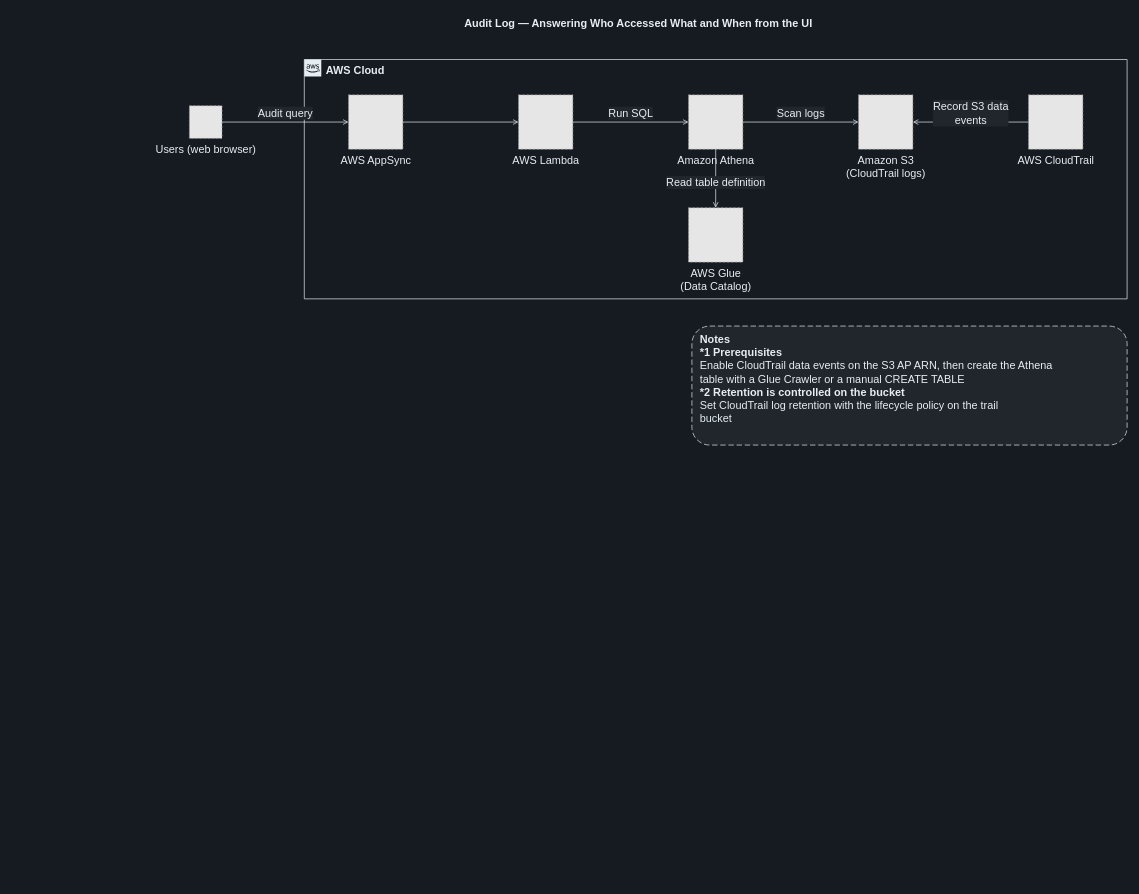
The draw.io diagram docs/diagrams/dark/part2-audit-log-pipeline-en.drawio in Yoshiki0705/FSx-for-ONTAP-S3AccessPoints-Serverless-Patterns, before the edit. Source tidied: cells renumbered, new cells numbered last; positions are measured from the earlier drawing's top-left corner, leaving out a move shared by most shapes. Both pictures are drawn from the tidied source at 68%, with x=0, y=0 at pixel (148, 12). Pictures stored in the file or linked from it are replaced by grey dashed boxes.
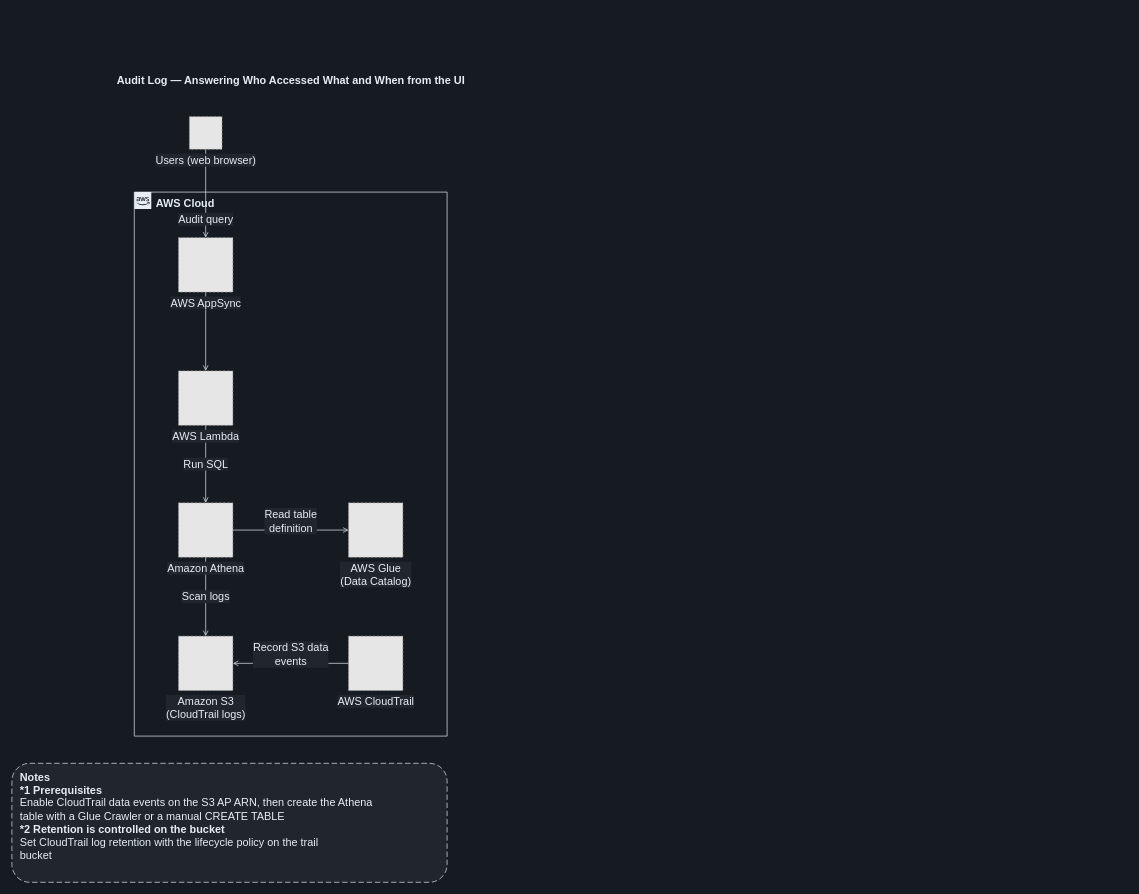
Above is the later version.

What changed in the source:
```diff
@@
     <mxCell id="2" value="Audit Log — Answering Who Accessed What and When from the UI" style="text;html=1;align=center;verticalAlign=middle;fontSize=16;fontStyle=1;fontColor=#E6EDF3;" parent="1" vertex="1">
-      <mxGeometry width="1439" height="34" as="geometry" />
+      <mxGeometry x="-21" y="84" width="460" height="34" as="geometry" />
     </mxCell>
     <mxCell id="3" value="AWS Cloud" style="gradientColor=none;html=1;whiteSpace=wrap;fontSize=16;fontStyle=1;shape=mxgraph.aws4.group;grIcon=mxgraph.aws4.group_aws_cloud_alt;strokeColor=#E6EDF3;fillColor=none;verticalAlign=top;align=left;spacingLeft=30;fontColor=#E6EDF3;dashed=0;" parent="1" vertex="1">
-      <mxGeometry x="229" y="70" width="1210" height="352" as="geometry" />
+      <mxGeometry x="-21" y="265" width="460" height="800" as="geometry" />
     </mxCell>
+    <mxCell id="11" value="Audit query" style="edgeStyle=orthogonalEdgeStyle;rounded=0;jettySize=auto;html=1;endArrow=open;endFill=0;strokeColor=#E6EDF3;strokeWidth=1;fontSize=16;fontColor=#E6EDF3;labelBackgroundColor=#21262D;" parent="1" edge="1" source="4" target="5">
+      <mxGeometry relative="1" as="geometry">
+        <mxPoint y="38" as="offset" />
+      </mxGeometry>
+    </mxCell>
+    <mxCell id="12" style="edgeStyle=orthogonalEdgeStyle;rounded=0;jettySize=auto;html=1;endArrow=open;endFill=0;strokeColor=#E6EDF3;strokeWidth=1;fontSize=16;fontColor=#E6EDF3;labelBackgroundColor=#21262D;" parent="1" edge="1" source="5" target="6">
+      <mxGeometry relative="1" as="geometry" />
+    </mxCell>
+    <mxCell id="13" value="Run SQL" style="edgeStyle=orthogonalEdgeStyle;rounded=0;jettySize=auto;html=1;endArrow=open;endFill=0;strokeColor=#E6EDF3;strokeWidth=1;fontSize=16;fontColor=#E6EDF3;labelBackgroundColor=#21262D;" parent="1" edge="1" source="6" target="7">
+      <mxGeometry relative="1" as="geometry" />
+    </mxCell>
+    <mxCell id="14" value="Read table&lt;br&gt;definition" style="edgeStyle=orthogonalEdgeStyle;rounded=0;jettySize=auto;html=1;endArrow=open;endFill=0;strokeColor=#E6EDF3;strokeWidth=1;fontSize=16;fontColor=#E6EDF3;labelBackgroundColor=#21262D;" parent="1" edge="1" source="7" target="8">
+      <mxGeometry relative="1" as="geometry">
+        <mxPoint y="-13" as="offset" />
+      </mxGeometry>
+    </mxCell>
+    <mxCell id="15" value="Scan logs" style="edgeStyle=orthogonalEdgeStyle;rounded=0;jettySize=auto;html=1;endArrow=open;endFill=0;strokeColor=#E6EDF3;strokeWidth=1;fontSize=16;fontColor=#E6EDF3;labelBackgroundColor=#21262D;" parent="1" edge="1" source="7" target="9">
+      <mxGeometry relative="1" as="geometry" />
+    </mxCell>
+    <mxCell id="16" value="Record S3 data&lt;br&gt;events" style="edgeStyle=orthogonalEdgeStyle;rounded=0;jettySize=auto;html=1;endArrow=open;endFill=0;strokeColor=#E6EDF3;strokeWidth=1;fontSize=16;fontColor=#E6EDF3;labelBackgroundColor=#21262D;" parent="1" edge="1" source="10" target="9">
+      <mxGeometry relative="1" as="geometry">
+        <mxPoint y="-13" as="offset" />
+      </mxGeometry>
+    </mxCell>
-    <mxCell id="4" value="Users (web browser)" style="fillColor=#E6E6E6;strokeColor=#999999;dashed=1;html=1;verticalLabelPosition=bottom;verticalAlign=top;labelPosition=center;align=center;fontSize=16;fontColor=#E6EDF3;" parent="1" vertex="1">
-      <mxGeometry x="60" y="138" width="48" height="48" as="geometry" />
+    <mxCell id="4" value="Users (web browser)" style="fillColor=#E6E6E6;strokeColor=#999999;dashed=1;html=1;verticalLabelPosition=bottom;verticalAlign=top;labelPosition=center;align=center;fontSize=16;fontColor=#E6EDF3;labelBackgroundColor=#21262D;" parent="1" vertex="1">
+      <mxGeometry x="60" y="154" width="48" height="48" as="geometry" />
     </mxCell>
-    <mxCell id="5" value="AWS AppSync" style="fillColor=#E6E6E6;strokeColor=#999999;dashed=1;html=1;verticalLabelPosition=bottom;verticalAlign=top;labelPosition=center;align=center;fontSize=16;fontColor=#E6EDF3;" parent="1" vertex="1">
-      <mxGeometry x="294" y="122" width="80" height="80" as="geometry" />
+    <mxCell id="5" value="AWS AppSync" style="fillColor=#E6E6E6;strokeColor=#999999;dashed=1;html=1;verticalLabelPosition=bottom;verticalAlign=top;labelPosition=center;align=center;fontSize=16;fontColor=#E6EDF3;labelBackgroundColor=#21262D;" parent="1" vertex="1">
+      <mxGeometry x="44" y="332" width="80" height="80" as="geometry" />
     </mxCell>
-    <mxCell id="6" value="AWS Lambda" style="fillColor=#E6E6E6;strokeColor=#999999;dashed=1;html=1;verticalLabelPosition=bottom;verticalAlign=top;labelPosition=center;align=center;fontSize=16;fontColor=#E6EDF3;" parent="1" vertex="1">
-      <mxGeometry x="544" y="122" width="80" height="80" as="geometry" />
+    <mxCell id="6" value="AWS Lambda" style="fillColor=#E6E6E6;strokeColor=#999999;dashed=1;html=1;verticalLabelPosition=bottom;verticalAlign=top;labelPosition=center;align=center;fontSize=16;fontColor=#E6EDF3;labelBackgroundColor=#21262D;" parent="1" vertex="1">
+      <mxGeometry x="44" y="528" width="80" height="80" as="geometry" />
     </mxCell>
-    <mxCell id="7" value="Amazon Athena" style="fillColor=#E6E6E6;strokeColor=#999999;dashed=1;html=1;verticalLabelPosition=bottom;verticalAlign=top;labelPosition=center;align=center;fontSize=16;fontColor=#E6EDF3;" parent="1" vertex="1">
-      <mxGeometry x="794" y="122" width="80" height="80" as="geometry" />
+    <mxCell id="7" value="Amazon Athena" style="fillColor=#E6E6E6;strokeColor=#999999;dashed=1;html=1;verticalLabelPosition=bottom;verticalAlign=top;labelPosition=center;align=center;fontSize=16;fontColor=#E6EDF3;labelBackgroundColor=#21262D;" parent="1" vertex="1">
+      <mxGeometry x="44" y="722" width="80" height="80" as="geometry" />
     </mxCell>
-    <mxCell id="8" value="AWS Glue&lt;br&gt;(Data Catalog)" style="fillColor=#E6E6E6;strokeColor=#999999;dashed=1;html=1;verticalLabelPosition=bottom;verticalAlign=top;labelPosition=center;align=center;fontSize=16;fontColor=#E6EDF3;" parent="1" vertex="1">
-      <mxGeometry x="794" y="288" width="80" height="80" as="geometry" />
+    <mxCell id="8" value="AWS Glue&lt;br&gt;(Data Catalog)" style="fillColor=#E6E6E6;strokeColor=#999999;dashed=1;html=1;verticalLabelPosition=bottom;verticalAlign=top;labelPosition=center;align=center;fontSize=16;fontColor=#E6EDF3;labelBackgroundColor=#21262D;" parent="1" vertex="1">
+      <mxGeometry x="294" y="722" width="80" height="80" as="geometry" />
     </mxCell>
-    <mxCell id="9" value="Amazon S3&lt;br&gt;(CloudTrail logs)" style="fillColor=#E6E6E6;strokeColor=#999999;dashed=1;html=1;verticalLabelPosition=bottom;verticalAlign=top;labelPosition=center;align=center;fontSize=16;fontColor=#E6EDF3;" parent="1" vertex="1">
-      <mxGeometry x="1044" y="122" width="80" height="80" as="geometry" />
+    <mxCell id="9" value="Amazon S3&lt;br&gt;(CloudTrail logs)" style="fillColor=#E6E6E6;strokeColor=#999999;dashed=1;html=1;verticalLabelPosition=bottom;verticalAlign=top;labelPosition=center;align=center;fontSize=16;fontColor=#E6EDF3;labelBackgroundColor=#21262D;" parent="1" vertex="1">
+      <mxGeometry x="44" y="918" width="80" height="80" as="geometry" />
     </mxCell>
-    <mxCell id="10" value="AWS CloudTrail" style="fillColor=#E6E6E6;strokeColor=#999999;dashed=1;html=1;verticalLabelPosition=bottom;verticalAlign=top;labelPosition=center;align=center;fontSize=16;fontColor=#E6EDF3;" parent="1" vertex="1">
-      <mxGeometry x="1294" y="122" width="80" height="80" as="geometry" />
+    <mxCell id="10" value="AWS CloudTrail" style="fillColor=#E6E6E6;strokeColor=#999999;dashed=1;html=1;verticalLabelPosition=bottom;verticalAlign=top;labelPosition=center;align=center;fontSize=16;fontColor=#E6EDF3;labelBackgroundColor=#21262D;" parent="1" vertex="1">
+      <mxGeometry x="294" y="918" width="80" height="80" as="geometry" />
     </mxCell>
-    <mxCell id="11" value="Audit query" style="edgeStyle=orthogonalEdgeStyle;rounded=0;jettySize=auto;html=1;endArrow=open;endFill=0;strokeColor=#E6EDF3;strokeWidth=1;fontSize=16;fontColor=#E6EDF3;labelBackgroundColor=#21262D;" parent="1" edge="1" source="4" target="5">
-      <mxGeometry relative="1" as="geometry">
-        <mxPoint y="-13" as="offset" />
-      </mxGeometry>
-    </mxCell>
-    <mxCell id="12" style="edgeStyle=orthogonalEdgeStyle;rounded=0;jettySize=auto;html=1;endArrow=open;endFill=0;strokeColor=#E6EDF3;strokeWidth=1;fontSize=16;fontColor=#E6EDF3;labelBackgroundColor=#21262D;" parent="1" edge="1" source="5" target="6">
-      <mxGeometry relative="1" as="geometry" />
-    </mxCell>
-    <mxCell id="13" value="Run SQL" style="edgeStyle=orthogonalEdgeStyle;rounded=0;jettySize=auto;html=1;endArrow=open;endFill=0;strokeColor=#E6EDF3;strokeWidth=1;fontSize=16;fontColor=#E6EDF3;labelBackgroundColor=#21262D;" parent="1" edge="1" source="6" target="7">
-      <mxGeometry relative="1" as="geometry">
-        <mxPoint y="-13" as="offset" />
-      </mxGeometry>
-    </mxCell>
-    <mxCell id="14" value="Read table definition" style="edgeStyle=orthogonalEdgeStyle;rounded=0;jettySize=auto;html=1;endArrow=open;endFill=0;strokeColor=#E6EDF3;strokeWidth=1;fontSize=16;fontColor=#E6EDF3;labelBackgroundColor=#21262D;" parent="1" edge="1" source="7" target="8">
-      <mxGeometry relative="1" as="geometry">
-        <mxPoint y="6" as="offset" />
-      </mxGeometry>
-    </mxCell>
-    <mxCell id="15" value="Scan logs" style="edgeStyle=orthogonalEdgeStyle;rounded=0;jettySize=auto;html=1;endArrow=open;endFill=0;strokeColor=#E6EDF3;strokeWidth=1;fontSize=16;fontColor=#E6EDF3;labelBackgroundColor=#21262D;" parent="1" edge="1" source="7" target="9">
-      <mxGeometry relative="1" as="geometry">
-        <mxPoint y="-13" as="offset" />
-      </mxGeometry>
-    </mxCell>
-    <mxCell id="16" value="Record S3 data&lt;br&gt;events" style="edgeStyle=orthogonalEdgeStyle;rounded=0;jettySize=auto;html=1;endArrow=open;endFill=0;strokeColor=#E6EDF3;strokeWidth=1;fontSize=16;fontColor=#E6EDF3;labelBackgroundColor=#21262D;" parent="1" edge="1" source="10" target="9">
-      <mxGeometry relative="1" as="geometry">
-        <mxPoint y="-13" as="offset" />
-      </mxGeometry>
-    </mxCell>
     <mxCell id="17" value="&lt;b&gt;Notes&lt;/b&gt;&lt;br&gt;&lt;b&gt;*1 Prerequisites&lt;/b&gt;&lt;br&gt;Enable CloudTrail data events on the S3 AP ARN, then create the Athena&lt;br&gt;table with a Glue Crawler or a manual CREATE TABLE&lt;br&gt;&lt;b&gt;*2 Retention is controlled on the bucket&lt;/b&gt;&lt;br&gt;Set CloudTrail log retention with the lifecycle policy on the trail&lt;br&gt;bucket" style="rounded=1;whiteSpace=wrap;html=1;dashed=1;dashPattern=8 4;strokeColor=#E6EDF3;fillColor=#21262D;align=left;verticalAlign=top;spacingLeft=10;spacingTop=4;fontSize=16;fontColor=#E6EDF3;" parent="1" vertex="1">
-      <mxGeometry x="799" y="462" width="640" height="175" as="geometry" />
+      <mxGeometry x="-201" y="1105" width="640" height="175" as="geometry" />
     </mxCell>
```
